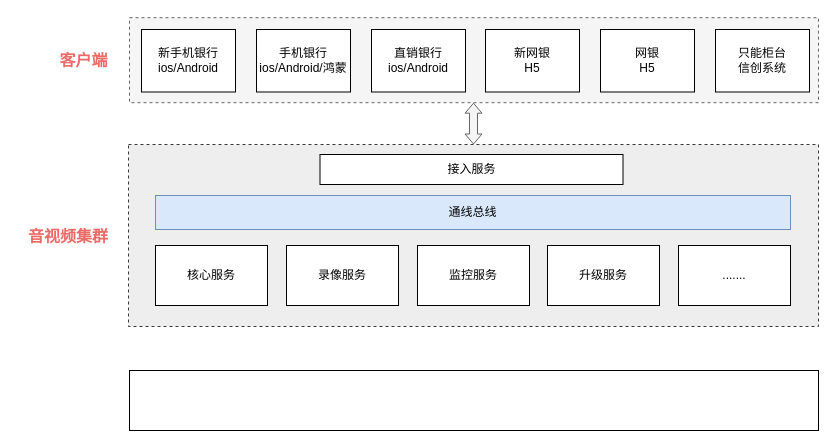
The draw.io diagram page "第 1 页" (1 of 2) of 湖北银行业务架构图.drawio in zhoumingjia/drawio, before the edit. Source tidied: cells renumbered, new cells numbered last; positions are measured from the earlier drawing's top-left corner, leaving out a move shared by most shapes. Both pictures are drawn from the tidied source at 100%, with x=0, y=0 at pixel (17, 17).
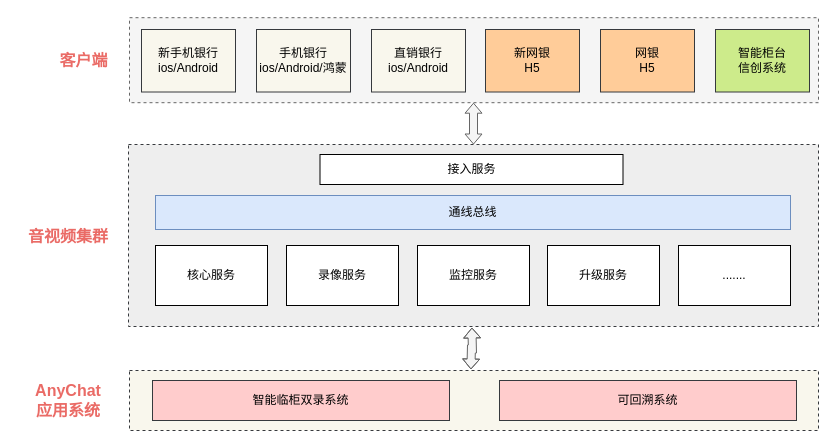
After the change.

Commit message:
更新湖北银行业务架构图.drawio

What changed in the source:
```diff
@@
-    <mxCell id="6" value="直销银行&lt;br&gt;ios/Android" style="rounded=0;whiteSpace=wrap;html=1;flipH=1;" parent="1" vertex="1">
+    <mxCell id="6" value="直销银行&lt;br&gt;ios/Android" style="rounded=0;whiteSpace=wrap;html=1;flipH=1;fillColor=#f9f7ed;strokeColor=#36393d;" parent="1" vertex="1">
       <mxGeometry x="354" y="12" width="94" height="62.5" as="geometry" />
     </mxCell>
-    <mxCell id="7" value="新网银&lt;div&gt;H5&lt;/div&gt;" style="rounded=0;whiteSpace=wrap;html=1;flipH=1;" parent="1" vertex="1">
+    <mxCell id="7" value="新网银&lt;div&gt;H5&lt;/div&gt;" style="rounded=0;whiteSpace=wrap;html=1;flipH=1;fillColor=#ffcc99;strokeColor=#36393d;" parent="1" vertex="1">
       <mxGeometry x="468" y="12" width="94" height="62.5" as="geometry" />
     </mxCell>
-    <mxCell id="8" value="网银&lt;div&gt;H5&lt;/div&gt;" style="rounded=0;whiteSpace=wrap;html=1;flipH=1;" parent="1" vertex="1">
+    <mxCell id="8" value="网银&lt;div&gt;H5&lt;/div&gt;" style="rounded=0;whiteSpace=wrap;html=1;flipH=1;fillColor=#ffcc99;strokeColor=#36393d;" parent="1" vertex="1">
       <mxGeometry x="583" y="12" width="94" height="62.5" as="geometry" />
     </mxCell>
-    <mxCell id="9" value="新手机银行&lt;div&gt;ios/Android&lt;br&gt;&lt;/div&gt;" style="rounded=0;whiteSpace=wrap;html=1;flipH=1;" parent="1" vertex="1">
+    <mxCell id="9" value="新手机银行&lt;div&gt;ios/Android&lt;br&gt;&lt;/div&gt;" style="rounded=0;whiteSpace=wrap;html=1;flipH=1;fillColor=#f9f7ed;strokeColor=#36393d;" parent="1" vertex="1">
       <mxGeometry x="124" y="12" width="94" height="62.5" as="geometry" />
     </mxCell>
-    <mxCell id="10" value="手机银行&lt;div&gt;ios/Android/鸿蒙&lt;br&gt;&lt;/div&gt;" style="rounded=0;whiteSpace=wrap;html=1;flipH=1;" parent="1" vertex="1">
+    <mxCell id="10" value="手机银行&lt;div&gt;ios/Android/鸿蒙&lt;br&gt;&lt;/div&gt;" style="rounded=0;whiteSpace=wrap;html=1;flipH=1;fillColor=#f9f7ed;strokeColor=#36393d;" parent="1" vertex="1">
       <mxGeometry x="239" y="12" width="94" height="62.5" as="geometry" />
     </mxCell>
-    <mxCell id="11" value="只能柜台&lt;div&gt;信创系统&lt;/div&gt;" style="rounded=0;whiteSpace=wrap;html=1;flipH=1;" parent="1" vertex="1">
+    <mxCell id="11" value="智能柜台&lt;div&gt;信创系统&lt;/div&gt;" style="rounded=0;whiteSpace=wrap;html=1;flipH=1;fillColor=#cdeb8b;strokeColor=#36393d;" parent="1" vertex="1">
       <mxGeometry x="698" y="12" width="94" height="62.5" as="geometry" />
     </mxCell>
@@
-    <mxCell id="20" style="rounded=0;whiteSpace=wrap;html=1;" parent="1" vertex="1">
+    <mxCell id="20" style="rounded=0;whiteSpace=wrap;html=1;dashed=1;fillColor=#f9f7ed;strokeColor=#36393d;" parent="1" vertex="1">
       <mxGeometry x="112" y="353" width="689" height="60" as="geometry" />
     </mxCell>
+    <mxCell id="21" value="智能临柜双录系统" style="rounded=0;whiteSpace=wrap;html=1;fillColor=#ffcccc;strokeColor=#36393d;" parent="1" vertex="1">
+      <mxGeometry x="135" y="363" width="297" height="40" as="geometry" />
+    </mxCell>
+    <mxCell id="22" value="可回溯系统" style="rounded=0;whiteSpace=wrap;html=1;fillColor=#ffcccc;strokeColor=#36393d;" parent="1" vertex="1">
+      <mxGeometry x="482" y="363" width="297" height="40" as="geometry" />
+    </mxCell>
+    <mxCell id="23" style="edgeStyle=orthogonalEdgeStyle;rounded=0;orthogonalLoop=1;jettySize=auto;html=1;shape=flexArrow;startArrow=classic;startFill=1;fillColor=#f5f5f5;strokeColor=#666666;startWidth=8;endWidth=8;arcSize=20;width=8;startSize=3;endSize=3;" parent="1" edge="1">
+      <mxGeometry relative="1" as="geometry">
+        <mxPoint x="454.4" y="310" as="sourcePoint" />
+        <mxPoint x="453.4" y="352" as="targetPoint" />
+      </mxGeometry>
+    </mxCell>
+    <mxCell id="24" value="&lt;font color=&quot;#ea6b66&quot;&gt;&lt;b&gt;AnyChat&lt;/b&gt;&lt;/font&gt;&lt;div&gt;&lt;font color=&quot;#ea6b66&quot;&gt;&lt;b&gt;应用系统&lt;/b&gt;&lt;/font&gt;&lt;/div&gt;" style="text;html=1;whiteSpace=wrap;strokeColor=none;fillColor=none;align=center;verticalAlign=middle;rounded=0;fontSize=16;" parent="1" vertex="1">
+      <mxGeometry y="368" width="102" height="30" as="geometry" />
+    </mxCell>
```
